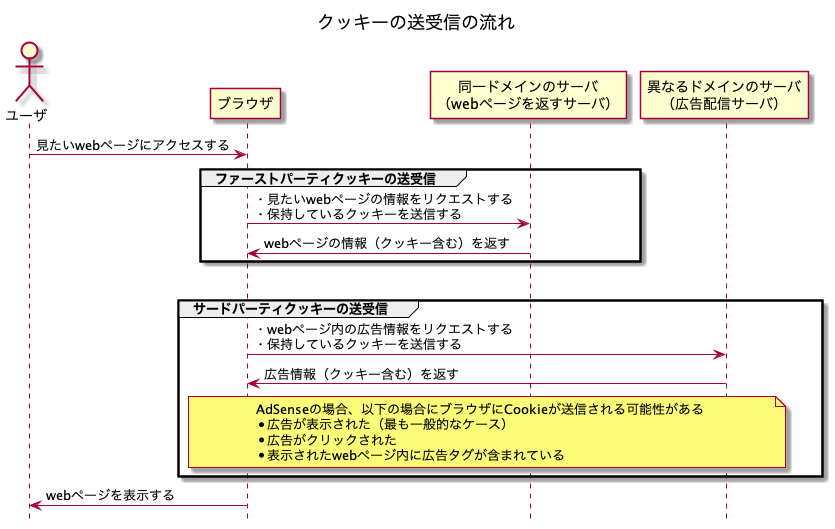
kamimi01/praha_challenge_tasks keeps this PlantUML diagram as assets/third_party_cookie.png. Above is the earlier version.
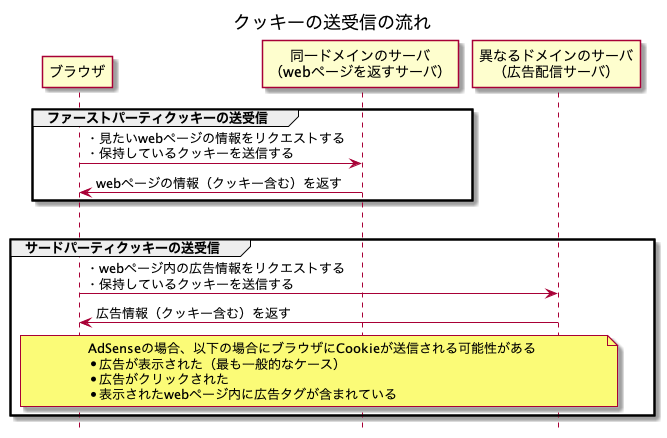
The same file after the commit.

What changed in the source:
```diff
@@ -2,10 +2,6 @@
 
 title: クッキーの送受信の流れ
 hide footbox
-
-actor ユーザ
-
-ユーザ -> ブラウザ: 見たいwebページにアクセスする
 
 group ファーストパーティクッキーの送受信
   ブラウザ -> "同一ドメインのサーバ\n（webページを返すサーバ）" : ・見たいwebページの情報をリクエストする\n・保持しているクッキーを送信する
@@ -21,5 +17,4 @@
   note over ブラウザ, "異なるドメインのサーバ\n（広告配信サーバ）": AdSenseの場合、以下の場合にブラウザにCookieが送信される可能性がある\n* 広告が表示された（最も一般的なケース）\n* 広告がクリックされた\n* 表示されたwebページ内に広告タグが含まれている
 end
 
-ブラウザ -> ユーザ: webページを表示する
 @enduml
```
